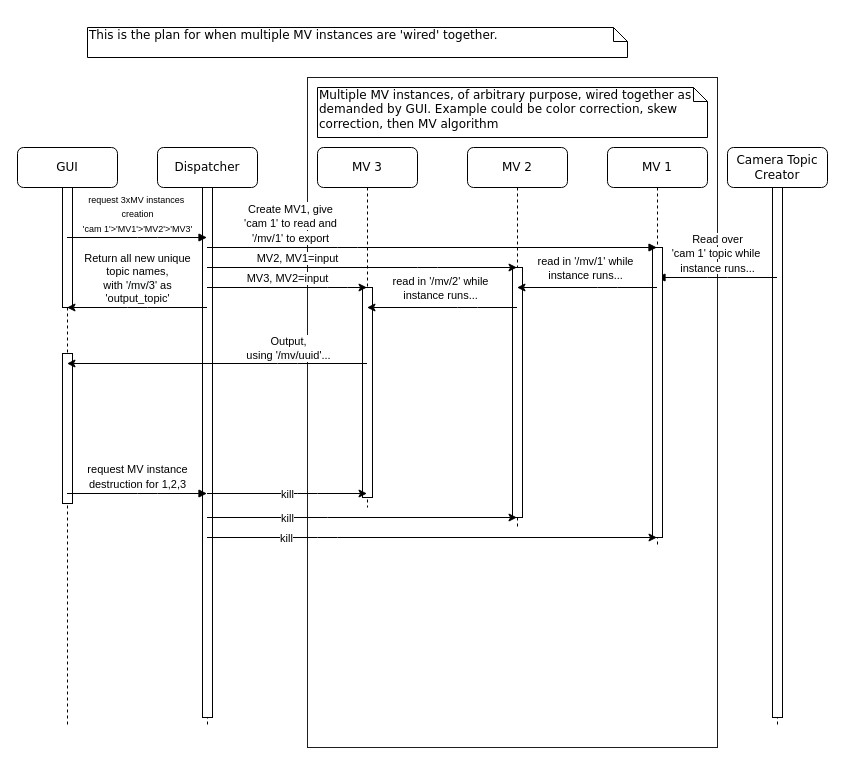
The draw.io diagram page "THREE MV INSTANCES" (2 of 2) of cameras/camera_data_dispatcher.drawio in CuUwrRobotics/planning, before the edit. Source tidied: cells renumbered, new cells numbered last; positions are measured from the earlier drawing's top-left corner, leaving out a move shared by most shapes. Both pictures are drawn from the tidied source at 100%, with x=0, y=0 at pixel (17, 27).
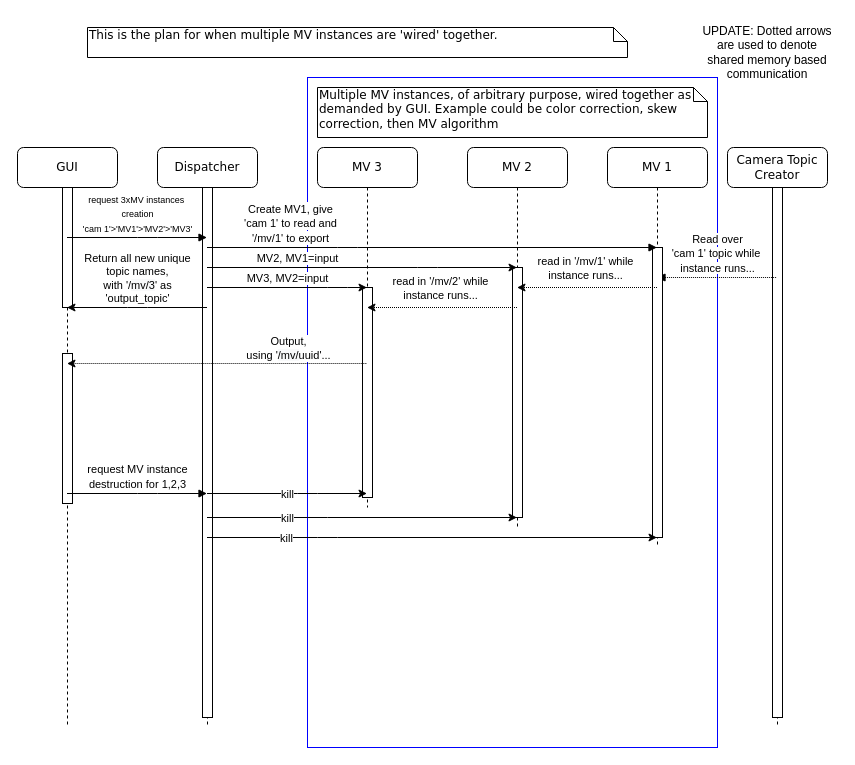
Above is the later version.

Commit message (it also covers changes not shown here):
updates to camera communication plan

Unchanged cells that the change refers to:
```xml
<mxCell id="5" value="MV 3" style="shape=umlLifeline;perimeter=lifelinePerimeter;whiteSpace=wrap;html=1;outlineConnect=0;rounded=1;shadow=0;comic=0;labelBackgroundColor=none;strokeWidth=1;fontFamily=Verdana;fontSize=12;align=center;" parent="1" vertex="1">
  <mxGeometry x="300" y="120" width="100" height="360" as="geometry" />
</mxCell>
<mxCell id="7" value="Camera Topic Creator" style="shape=umlLifeline;perimeter=lifelinePerimeter;whiteSpace=wrap;html=1;outlineConnect=0;rounded=1;shadow=0;comic=0;labelBackgroundColor=none;strokeWidth=1;fontFamily=Verdana;fontSize=12;align=center;" parent="1" vertex="1">
  <mxGeometry x="710" y="120" width="100" height="580" as="geometry" />
</mxCell>
<mxCell id="9" value="GUI" style="shape=umlLifeline;perimeter=lifelinePerimeter;whiteSpace=wrap;html=1;outlineConnect=0;rounded=1;shadow=0;comic=0;labelBackgroundColor=none;strokeWidth=1;fontFamily=Verdana;fontSize=12;align=center;" parent="1" vertex="1">
  <mxGeometry y="120" width="100" height="580" as="geometry" />
</mxCell>
<mxCell id="22" value="MV 2" style="shape=umlLifeline;perimeter=lifelinePerimeter;whiteSpace=wrap;html=1;outlineConnect=0;rounded=1;shadow=0;comic=0;labelBackgroundColor=none;strokeWidth=1;fontFamily=Verdana;fontSize=12;align=center;" parent="1" vertex="1">
  <mxGeometry x="450" y="120" width="100" height="380" as="geometry" />
</mxCell>
<mxCell id="24" value="MV 1" style="shape=umlLifeline;perimeter=lifelinePerimeter;whiteSpace=wrap;html=1;outlineConnect=0;rounded=1;shadow=0;comic=0;labelBackgroundColor=none;strokeWidth=1;fontFamily=Verdana;fontSize=12;align=center;" parent="1" vertex="1">
  <mxGeometry x="590" y="120" width="100" height="400" as="geometry" />
</mxCell>
```

The edit, as a diff of the source:
```diff
@@
-    <mxCell id="12" value="&lt;font style=&quot;font-size: 11px ; background-color: rgb(255 , 255 , 255)&quot; face=&quot;Helvetica&quot;&gt;Read over&lt;br&gt;'cam 1' topic while&amp;nbsp;&lt;br&gt;instance runs...&lt;/font&gt;" style="html=1;verticalAlign=bottom;endArrow=none;labelBackgroundColor=none;fontFamily=Verdana;fontSize=12;edgeStyle=elbowEdgeStyle;elbow=vertical;startArrow=block;startFill=1;endFill=0;" parent="1" edge="1" source="24" target="7">
+    <mxCell id="12" value="&lt;font style=&quot;font-size: 11px ; background-color: rgb(255 , 255 , 255)&quot; face=&quot;Helvetica&quot;&gt;Read over&lt;br&gt;'cam 1' topic while&amp;nbsp;&lt;br&gt;instance runs...&lt;/font&gt;" style="html=1;verticalAlign=bottom;endArrow=none;labelBackgroundColor=none;fontFamily=Verdana;fontSize=12;edgeStyle=elbowEdgeStyle;elbow=vertical;startArrow=block;startFill=1;endFill=0;dashed=1;dashPattern=1 1;" parent="1" edge="1" source="24" target="7">
       <mxGeometry relative="1" as="geometry">
         <Array as="points">
           <mxPoint x="700" y="250" />
           <mxPoint x="700" y="240" />
           <mxPoint x="430" y="306" />
         </Array>
       </mxGeometry>
     </mxCell>
@@
-    <mxCell id="18" style="endArrow=none;startArrow=classic;html=1;endFill=0;" parent="1" edge="1" source="9" target="5">
+    <mxCell id="18" style="endArrow=none;startArrow=classic;html=1;endFill=0;dashed=1;dashPattern=1 1;" parent="1" edge="1" source="9" target="5">
       <mxGeometry relative="1" as="geometry">
         <Array as="points">
           <mxPoint x="270" y="336" />
         </Array>
       </mxGeometry>
     </mxCell>
@@
-    <mxCell id="31" style="endArrow=classic;html=1;" parent="1" edge="1" source="24" target="22">
+    <mxCell id="31" style="endArrow=classic;html=1;dashed=1;dashPattern=1 1;" parent="1" edge="1" source="24" target="22">
       <mxGeometry relative="1" as="geometry">
         <Array as="points">
           <mxPoint x="590" y="260" />
         </Array>
       </mxGeometry>
     </mxCell>
@@
-    <mxCell id="37" style="endArrow=classic;html=1;" parent="1" edge="1" source="22" target="5">
+    <mxCell id="37" style="endArrow=classic;html=1;dashed=1;dashPattern=1 1;" parent="1" edge="1" source="22" target="5">
       <mxGeometry relative="1" as="geometry">
         <Array as="points">
           <mxPoint x="450" y="280" />
         </Array>
       </mxGeometry>
     </mxCell>
@@
+    <mxCell id="40" value="UPDATE: Dotted arrows are used to denote shared memory based communication" style="text;html=1;strokeColor=none;fillColor=none;align=center;verticalAlign=middle;whiteSpace=wrap;rounded=0;" parent="1" vertex="1">
+      <mxGeometry x="680" y="-10" width="140" height="70" as="geometry" />
+    </mxCell>
```
